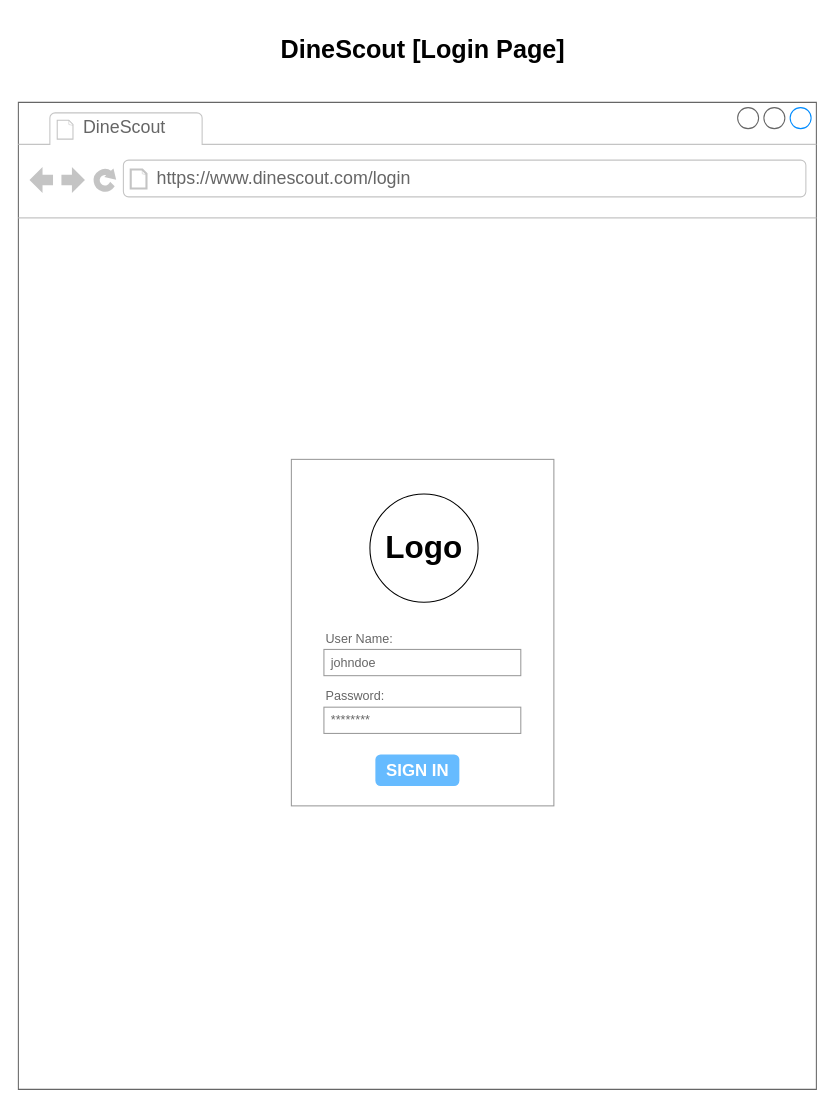
Earlier version of the draw.io diagram ds_login.drawio (Stucki-Kyle/IS6465). Source tidied: cells renumbered, new cells numbered last; positions are measured from the earlier drawing's top-left corner, leaving out a move shared by most shapes. Both pictures are drawn from the tidied source at 105%, with x=0, y=0 at pixel (18, 18).
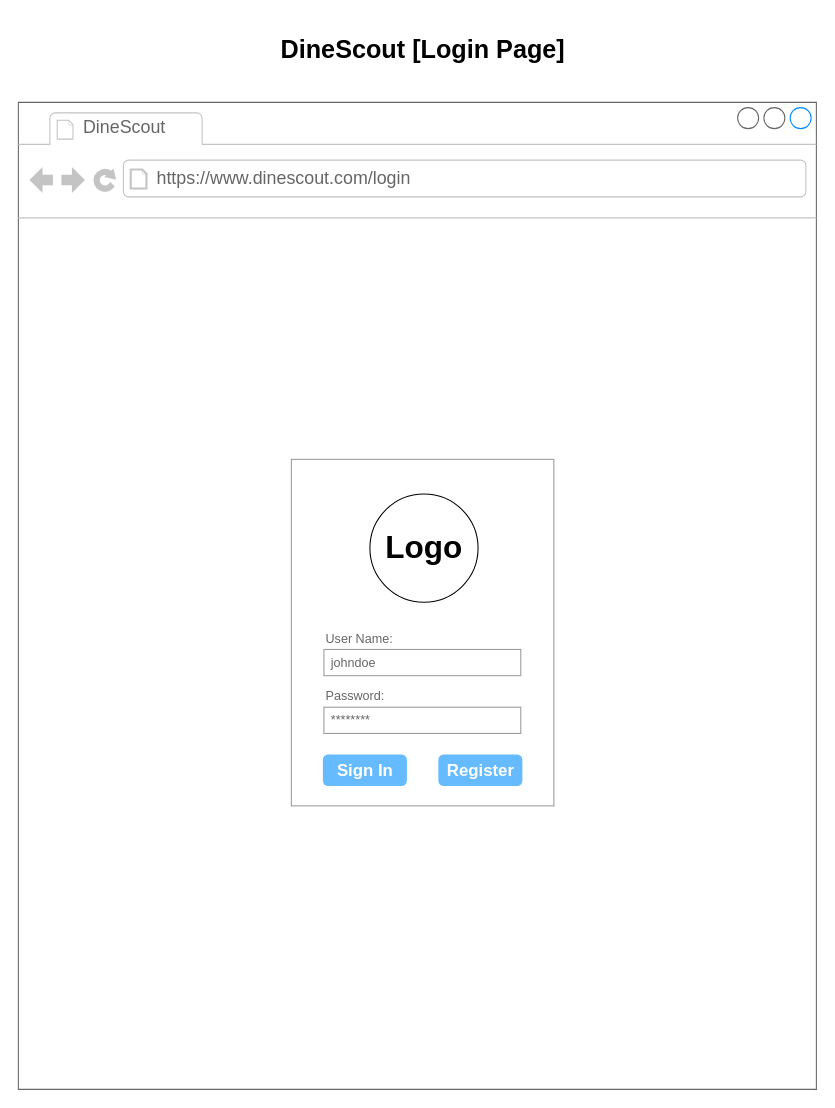
After the change.

Change to the diagram source:
```diff
@@
 <mxGraphModel>
   <root>
     <mxCell id="0" />
     <mxCell id="1" parent="0" />
     <mxCell id="2" style="strokeWidth=1;shadow=0;dashed=0;align=center;html=1;shape=mxgraph.mockup.containers.browserWindow;rSize=0;strokeColor=#666666;strokeColor2=#008cff;strokeColor3=#c4c4c4;mainText=,;" parent="1" vertex="1">
       <mxGeometry y="80" width="760" height="940" as="geometry" />
     </mxCell>
     <mxCell id="3" value="DineScout" style="strokeWidth=1;shadow=0;dashed=0;align=center;html=1;shape=mxgraph.mockup.containers.anchor;fontSize=17;fontColor=#666666;align=left;whiteSpace=wrap;" parent="2" vertex="1">
       <mxGeometry x="60" y="12" width="110" height="26" as="geometry" />
     </mxCell>
     <mxCell id="4" value="https://www.dinescout.com/login" style="strokeWidth=1;shadow=0;dashed=0;align=center;html=1;shape=mxgraph.mockup.containers.anchor;rSize=0;fontSize=17;fontColor=#666666;align=left;" parent="2" vertex="1">
       <mxGeometry x="130" y="60" width="250" height="26" as="geometry" />
     </mxCell>
     <mxCell id="5" style="strokeWidth=1;shadow=0;dashed=0;align=center;html=1;shape=mxgraph.mockup.forms.rrect;rSize=0;strokeColor=#999999;fillColor=#ffffff;" parent="2" vertex="1">
       <mxGeometry x="260" y="340" width="250" height="330" as="geometry" />
     </mxCell>
     <mxCell id="6" style="strokeWidth=1;shadow=0;dashed=0;align=center;html=1;shape=mxgraph.mockup.forms.anchor;fontSize=12;fontColor=#666666;align=left;spacingLeft=0;" parent="5" vertex="1">
       <mxGeometry width="162.5" height="40" relative="1" as="geometry">
         <mxPoint x="65" y="111" as="offset" />
       </mxGeometry>
     </mxCell>
     <mxCell id="7" value="User Name:" style="strokeWidth=1;shadow=0;dashed=0;align=center;html=1;shape=mxgraph.mockup.forms.anchor;fontSize=12;fontColor=#666666;align=left;spacingLeft=0;" parent="5" vertex="1">
       <mxGeometry width="125" height="20" relative="1" as="geometry">
         <mxPoint x="31" y="161" as="offset" />
       </mxGeometry>
     </mxCell>
     <mxCell id="8" value="johndoe" style="strokeWidth=1;shadow=0;dashed=0;align=center;html=1;shape=mxgraph.mockup.forms.rrect;rSize=0;strokeColor=#999999;fontColor=#666666;align=left;spacingLeft=5;" parent="5" vertex="1">
       <mxGeometry width="187.5" height="25" relative="1" as="geometry">
         <mxPoint x="31" y="181" as="offset" />
       </mxGeometry>
     </mxCell>
     <mxCell id="9" value="Password:" style="strokeWidth=1;shadow=0;dashed=0;align=center;html=1;shape=mxgraph.mockup.forms.anchor;fontSize=12;fontColor=#666666;align=left;spacingLeft=0;" parent="5" vertex="1">
       <mxGeometry width="125" height="20" relative="1" as="geometry">
         <mxPoint x="31" y="216" as="offset" />
       </mxGeometry>
     </mxCell>
     <mxCell id="10" value="********" style="strokeWidth=1;shadow=0;dashed=0;align=center;html=1;shape=mxgraph.mockup.forms.rrect;rSize=0;strokeColor=#999999;fontColor=#666666;align=left;spacingLeft=5;" parent="5" vertex="1">
       <mxGeometry width="187.5" height="25" relative="1" as="geometry">
         <mxPoint x="31" y="236" as="offset" />
       </mxGeometry>
     </mxCell>
-    <mxCell id="11" value="SIGN IN" style="strokeWidth=1;shadow=0;dashed=0;align=center;html=1;shape=mxgraph.mockup.forms.rrect;rSize=5;strokeColor=none;fontColor=#ffffff;fillColor=#66bbff;fontSize=16;fontStyle=1;" parent="5" vertex="1">
+    <mxCell id="11" value="Sign In" style="strokeWidth=1;shadow=0;dashed=0;align=center;html=1;shape=mxgraph.mockup.forms.rrect;rSize=5;strokeColor=none;fontColor=#ffffff;fillColor=#66bbff;fontSize=16;fontStyle=1;" parent="5" vertex="1">
       <mxGeometry y="1" width="80" height="30" relative="1" as="geometry">
-        <mxPoint x="80" y="-49" as="offset" />
+        <mxPoint x="30" y="-49" as="offset" />
       </mxGeometry>
     </mxCell>
     <mxCell id="12" style="ellipse;whiteSpace=wrap;html=1;" parent="5" vertex="1">
       <mxGeometry x="74.8" y="33" width="103" height="103" as="geometry" />
     </mxCell>
     <mxCell id="13" value="&lt;p style=&quot;line-height: 120%;&quot;&gt;&lt;font style=&quot;font-size: 30px;&quot;&gt;Logo&lt;/font&gt;&lt;/p&gt;" style="text;strokeColor=none;fillColor=none;html=1;fontSize=24;fontStyle=1;verticalAlign=middle;align=center;" parent="5" vertex="1">
       <mxGeometry x="39.9" y="48" width="172.8" height="73" as="geometry" />
     </mxCell>
+    <mxCell id="15" value="Register" style="strokeWidth=1;shadow=0;dashed=0;align=center;html=1;shape=mxgraph.mockup.forms.rrect;rSize=5;strokeColor=none;fontColor=#ffffff;fillColor=#66bbff;fontSize=16;fontStyle=1;" parent="5" vertex="1">
+      <mxGeometry x="140" y="281" width="80" height="30" as="geometry" />
+    </mxCell>
     <mxCell id="14" value="DineScout [Login Page]" style="text;strokeColor=none;fillColor=none;html=1;fontSize=24;fontStyle=1;verticalAlign=middle;align=center;" parent="1" vertex="1">
       <mxGeometry x="335" width="100" height="60" as="geometry" />
     </mxCell>
   </root>
 </mxGraphModel>
```
